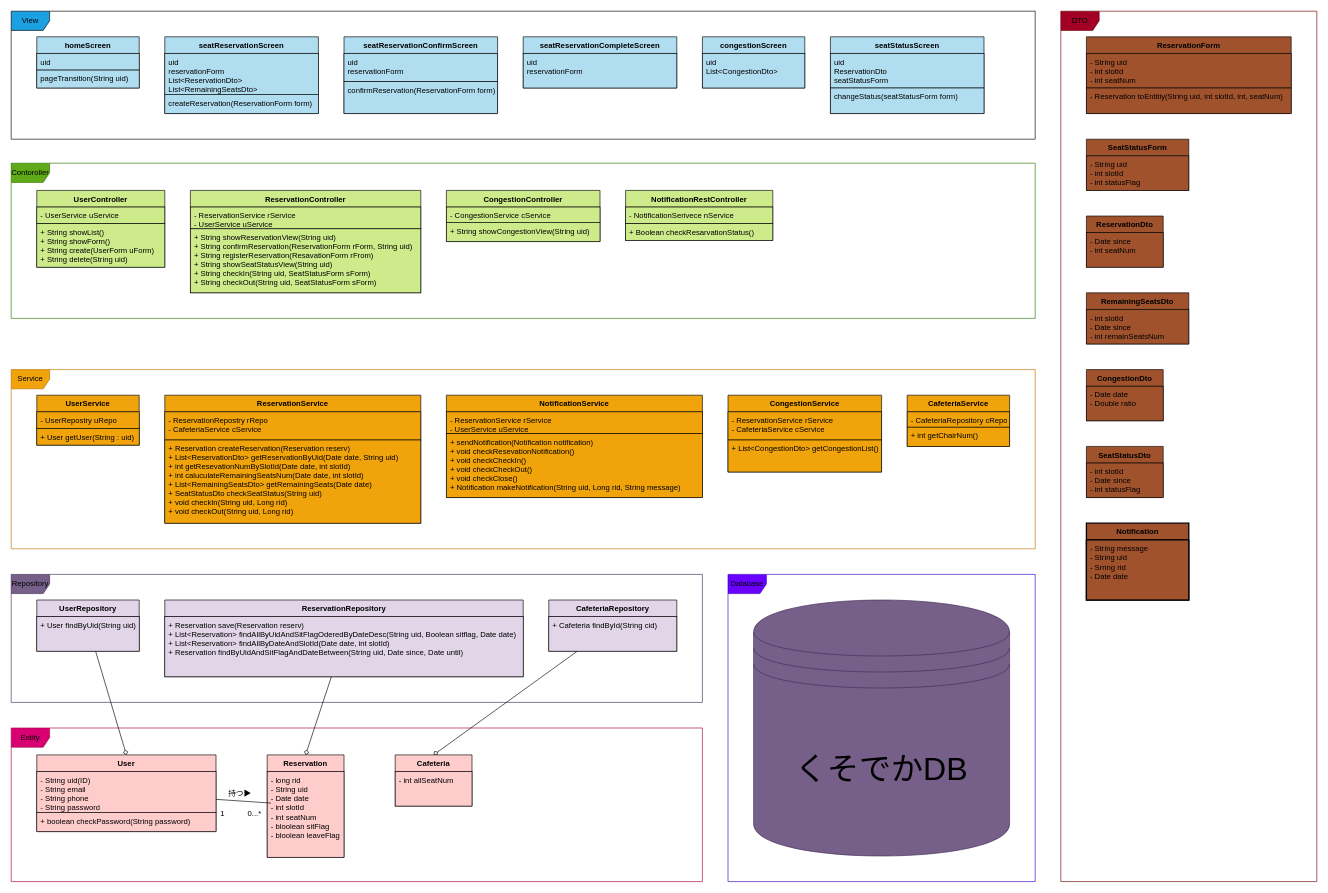
The draw.io diagram CaptainLunch/design/drawio/class_ing.drawio in 10matcho27/Avengers, before the edit. Source tidied: cells renumbered, new cells numbered last; positions are measured from the earlier drawing's top-left corner, leaving out a move shared by most shapes. Both pictures are drawn from the tidied source at 64%, with x=0, y=0 at pixel (11, 11).
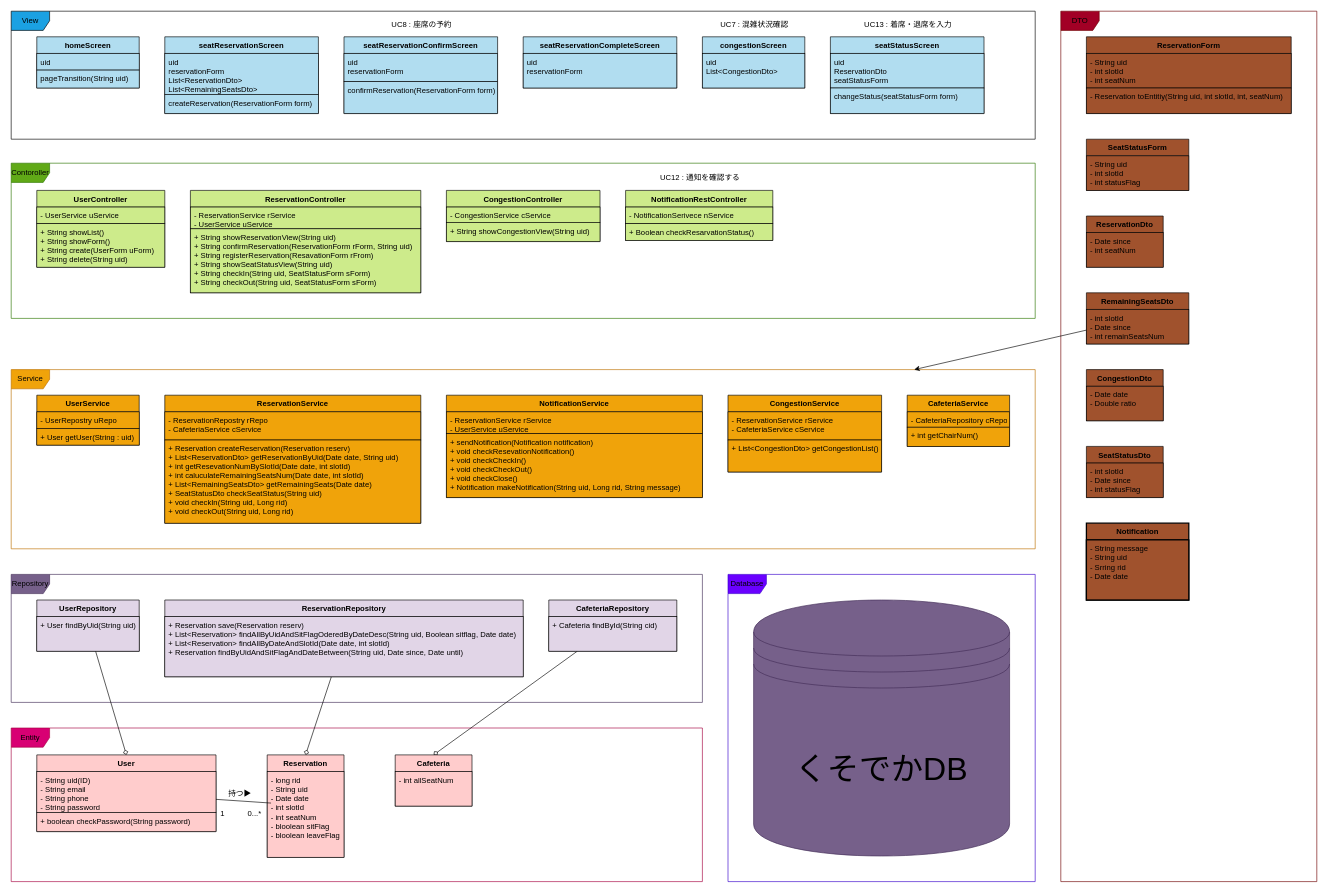
The same diagram, later.

Commit message (it also covers changes not shown here):
画面がどのユースケースに該当するか記述

Unchanged cells that the change refers to:
```xml
<mxCell id="3" value="Service" style="shape=umlFrame;whiteSpace=wrap;html=1;fontColor=#000000;strokeColor=#BD7000;fillColor=#f0a30a;" parent="1" vertex="1">
  <mxGeometry y="560" width="1600" height="280" as="geometry" />
</mxCell>
<mxCell id="38" value="RemainingSeatsDto" style="swimlane;fontStyle=1;align=center;verticalAlign=top;horizontal=1;startSize=26;fontColor=#000000;fillColor=#a0522d;strokeColor=#000000;" parent="1" vertex="1">
  <mxGeometry x="1680" y="440" width="160" height="80" as="geometry" />
</mxCell>
```

Change to the diagram source:
```diff
@@
+    <mxCell id="88" style="edgeStyle=none;html=1;fontFamily=Helvetica;fontSize=12;fontColor=#000000;startSize=26;" parent="1" edge="1" source="38" target="3">
+      <mxGeometry relative="1" as="geometry" />
+    </mxCell>
@@
+    <mxCell id="89" value="UC8 : 座席の予約" style="edgeLabel;html=1;align=center;verticalAlign=middle;fontSize=12;fontFamily=Helvetica;fontColor=#000000;labelBackgroundColor=none;" parent="1" vertex="1">
+      <mxGeometry x="640" y="20" as="geometry" />
+    </mxCell>
+    <mxCell id="90" value="UC7 : 混雑状況確認" style="edgeLabel;html=1;align=center;verticalAlign=middle;fontSize=12;fontFamily=Helvetica;fontColor=#000000;labelBackgroundColor=none;" parent="1" vertex="1">
+      <mxGeometry x="1160" y="20" as="geometry" />
+    </mxCell>
+    <mxCell id="91" value="UC13 : 着席・退席を入力" style="edgeLabel;html=1;align=center;verticalAlign=middle;fontSize=12;fontFamily=Helvetica;fontColor=#000000;labelBackgroundColor=none;" parent="1" vertex="1">
+      <mxGeometry x="1400" y="20" as="geometry" />
+    </mxCell>
+    <mxCell id="92" value="UC12 : 通知を確認する" style="edgeLabel;html=1;align=center;verticalAlign=middle;fontSize=12;fontFamily=Helvetica;fontColor=#000000;labelBackgroundColor=none;" parent="1" vertex="1">
+      <mxGeometry x="1075" y="260" as="geometry" />
+    </mxCell>
```
